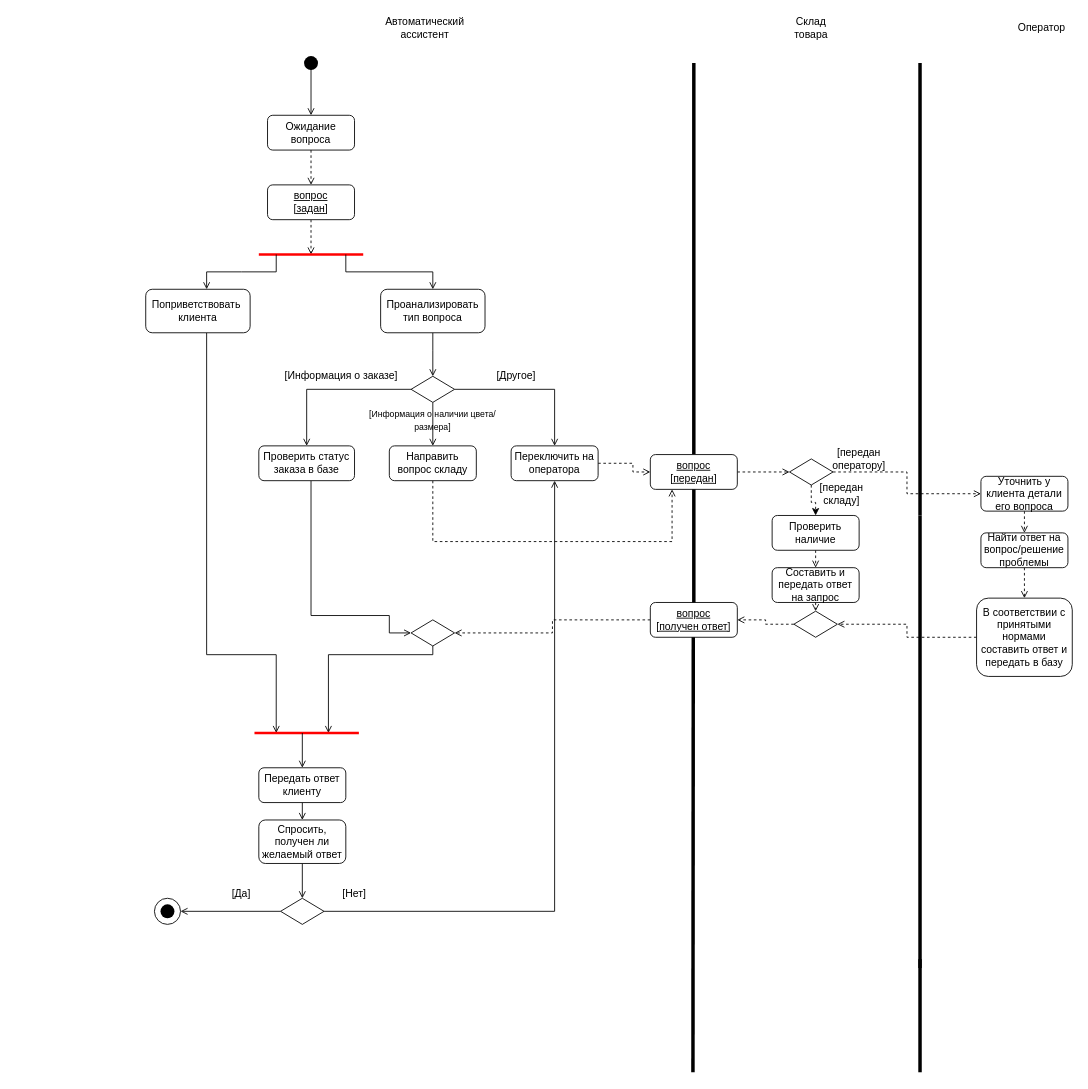
Earlier version of the draw.io diagram Диаграмма деятельности.drawio (tssergeev/lflflflf). Source tidied: cells renumbered, new cells numbered last; positions are measured from the earlier drawing's top-left corner, leaving out a move shared by most shapes. Both pictures are drawn from the tidied source at 87%, with x=0, y=0 at pixel (145, 15).
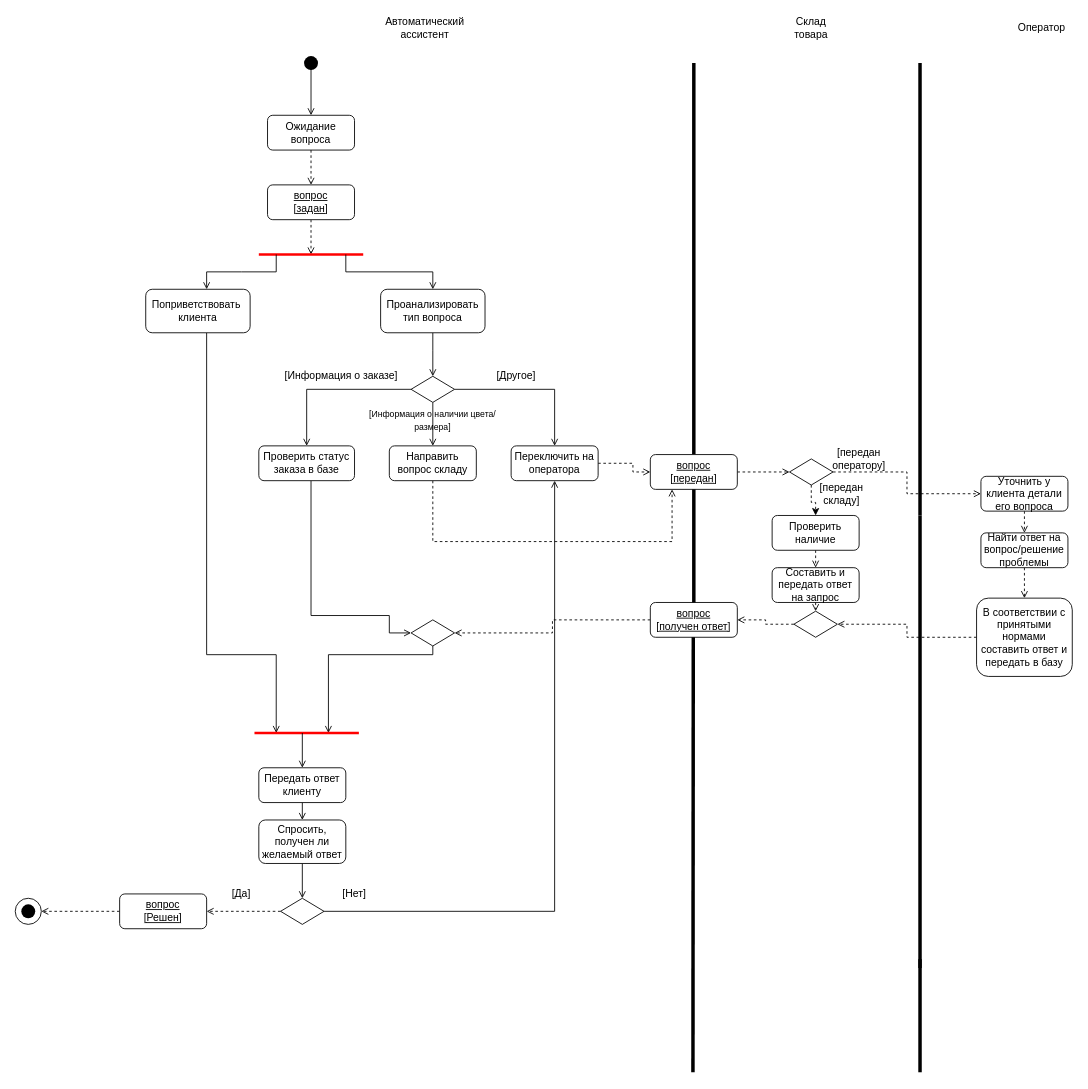
The same diagram, later.

Unchanged cells that the change refers to:
```xml
<mxCell id="59" style="rhombus;whiteSpace=wrap;html=1;" parent="1" vertex="1">
  <mxGeometry x="155" y="1015" width="50" height="30" as="geometry" />
</mxCell>
```

Change to the diagram source:
```diff
@@
-    <mxCell id="57" style="edgeStyle=orthogonalEdgeStyle;rounded=0;jettySize=auto;html=1;entryX=1;entryY=0.5;entryDx=0;entryDy=0;endArrow=open;endFill=0;" parent="1" edge="1" source="59" target="60">
-      <mxGeometry relative="1" as="geometry" />
-    </mxCell>
@@
+    <mxCell id="73" style="edgeStyle=orthogonalEdgeStyle;rounded=0;jettySize=auto;html=1;entryX=1;entryY=0.5;entryDx=0;entryDy=0;dashed=1;endArrow=open;endFill=0;" parent="1" edge="1" source="59" target="75">
+      <mxGeometry relative="1" as="geometry" />
+    </mxCell>
@@
     <mxCell id="60" style="ellipse;whiteSpace=wrap;html=1;" parent="1" vertex="1">
-      <mxGeometry x="10" y="1015" width="30" height="30" as="geometry" />
+      <mxGeometry x="-150" y="1015" width="30" height="30" as="geometry" />
     </mxCell>
     <mxCell id="61" style="shape=waypoint;sketch=0;fillStyle=solid;size=6;fillColor=none;perimeter=centerPerimeter;strokeWidth=6;" parent="1" vertex="1">
-      <mxGeometry x="15" y="1020" width="20" height="20" as="geometry" />
+      <mxGeometry x="-145" y="1020" width="20" height="20" as="geometry" />
     </mxCell>
@@
+    <mxCell id="74" style="edgeStyle=orthogonalEdgeStyle;rounded=0;jettySize=auto;html=1;exitX=0;exitY=0.5;exitDx=0;exitDy=0;entryX=1;entryY=0.5;entryDx=0;entryDy=0;endArrow=open;endFill=0;dashed=1;" parent="1" edge="1" source="75" target="60">
+      <mxGeometry relative="1" as="geometry" />
+    </mxCell>
+    <mxCell id="75" value="&lt;u&gt;вопрос&lt;br&gt;[Решен]&lt;br&gt;&lt;/u&gt;" style="rounded=1;whiteSpace=wrap;html=1;" parent="1" vertex="1">
+      <mxGeometry x="-30" y="1010" width="100" height="40" as="geometry" />
+    </mxCell>
```
